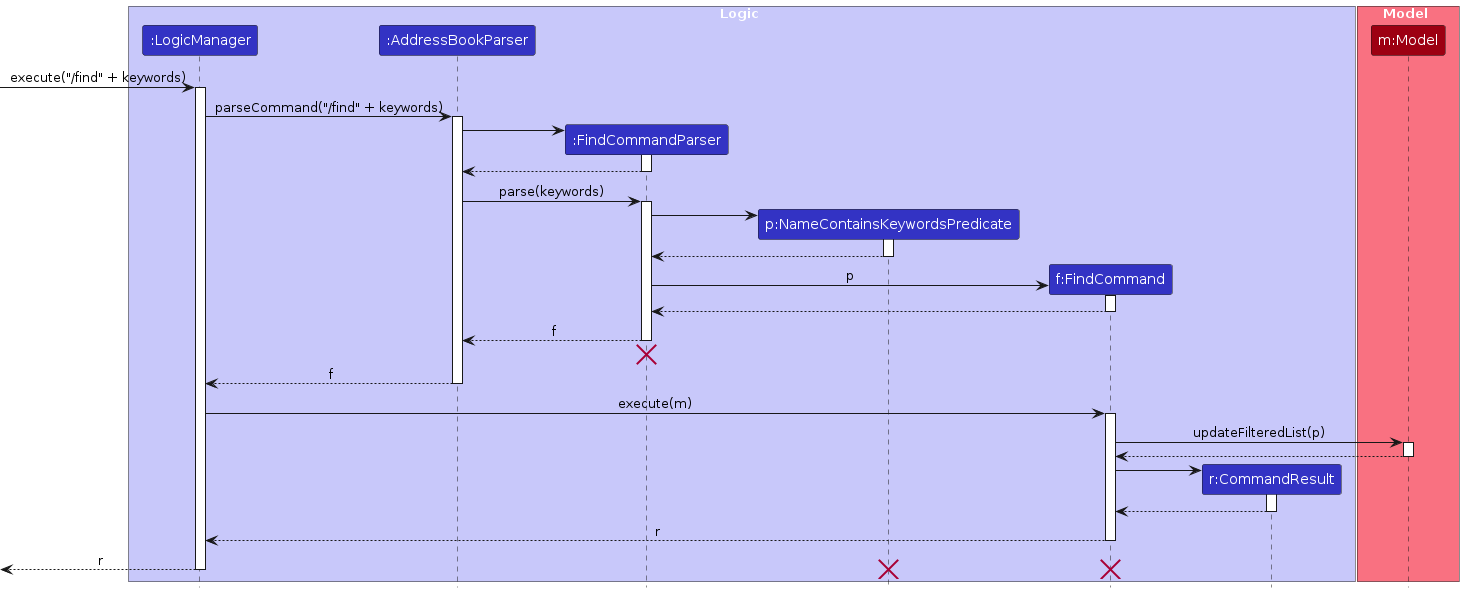
Before: diagrams/FindSequenceDiagram.png, a diagram exported from PlantUML (snowstopxt/tp). Its source is kept beside it as diagrams/FindSequenceDiagram.puml.
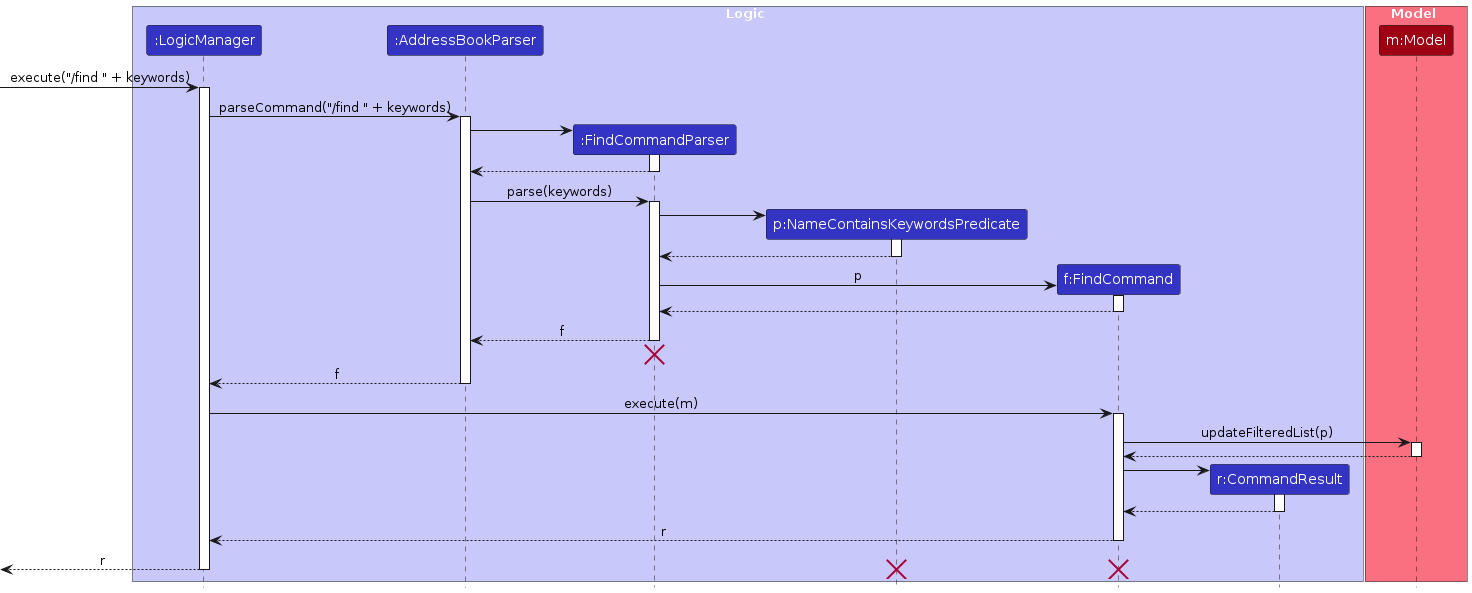
Later version of the same file.

The edit, as a diff of the source:
```diff
@@ -15,10 +15,10 @@
 participant "m:Model" as Model MODEL_COLOR
 end box
 
-[-> LogicManager : execute("/find" + keywords)
+[-> LogicManager : execute("/find " + keywords)
 activate LogicManager
 
-LogicManager -> AddressBookParser : parseCommand("/find" + keywords)
+LogicManager -> AddressBookParser : parseCommand("/find " + keywords)
 activate AddressBookParser
 
 create FindCommandParser
```
